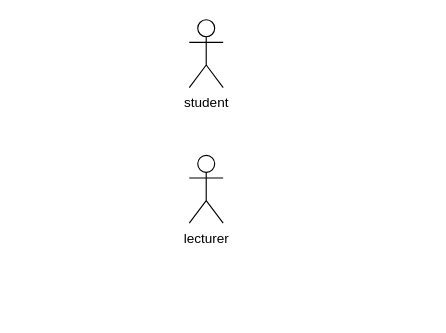
The draw.io diagram project/drawio/yChongyi/exer1.drawio in drshahizan/software-engineering, before the edit. Source tidied: cells renumbered, new cells numbered last; positions are measured from the earlier drawing's top-left corner, leaving out a move shared by most shapes. Both pictures are drawn from the tidied source at 113%, with x=0, y=0 at pixel (189, 19).
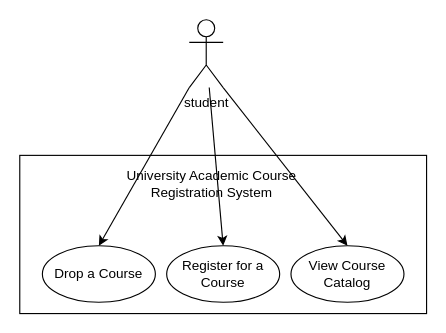
The same page after the edit.

What changed in the source:
```diff
@@
 <mxGraphModel>
   <root>
     <mxCell id="0" />
     <mxCell id="1" parent="0" />
     <mxCell id="2" value="student&lt;br&gt;" style="shape=umlActor;verticalLabelPosition=bottom;verticalAlign=top;html=1;outlineConnect=0;" parent="1" vertex="1">
       <mxGeometry width="30" height="60" as="geometry" />
     </mxCell>
-    <mxCell id="3" value="lecturer&lt;br&gt;" style="shape=umlActor;verticalLabelPosition=bottom;verticalAlign=top;html=1;" parent="1" vertex="1">
-      <mxGeometry y="120" width="30" height="60" as="geometry" />
-    </mxCell>
+    <mxCell id="4" style="rounded=0;whiteSpace=wrap;html=1;align=center;" parent="1" vertex="1">
+      <mxGeometry x="-150" y="120" width="360" height="140" as="geometry" />
+    </mxCell>
+    <mxCell id="5" value="Drop a Course" style="ellipse;whiteSpace=wrap;html=1;" parent="1" vertex="1">
+      <mxGeometry x="-130" y="200" width="100" height="50" as="geometry" />
+    </mxCell>
+    <mxCell id="6" value="Register for a Course" style="ellipse;whiteSpace=wrap;html=1;" parent="1" vertex="1">
+      <mxGeometry x="-20" y="200" width="100" height="50" as="geometry" />
+    </mxCell>
+    <mxCell id="7" value="View Course Catalog" style="ellipse;whiteSpace=wrap;html=1;" parent="1" vertex="1">
+      <mxGeometry x="90" y="200" width="100" height="50" as="geometry" />
+    </mxCell>
+    <mxCell id="8" style="edgeStyle=none;html=1;exitX=0;exitY=1;exitDx=0;exitDy=0;exitPerimeter=0;entryX=0.5;entryY=0;entryDx=0;entryDy=0;" parent="1" edge="1" source="2" target="5">
+      <mxGeometry relative="1" as="geometry" />
+    </mxCell>
+    <mxCell id="9" style="edgeStyle=none;html=1;exitX=1;exitY=1;exitDx=0;exitDy=0;exitPerimeter=0;entryX=0.5;entryY=0;entryDx=0;entryDy=0;" parent="1" edge="1" source="2" target="7">
+      <mxGeometry relative="1" as="geometry" />
+    </mxCell>
+    <mxCell id="10" value="University Academic Course Registration System" style="text;strokeColor=none;align=center;fillColor=none;html=1;verticalAlign=middle;whiteSpace=wrap;rounded=0;" parent="1" vertex="1">
+      <mxGeometry x="-80" y="130" width="200" height="30" as="geometry" />
+    </mxCell>
+    <mxCell id="11" style="edgeStyle=none;html=1;entryX=0.5;entryY=0;entryDx=0;entryDy=0;" parent="1" edge="1" source="2" target="6">
+      <mxGeometry relative="1" as="geometry" />
+    </mxCell>
   </root>
 </mxGraphModel>
```
